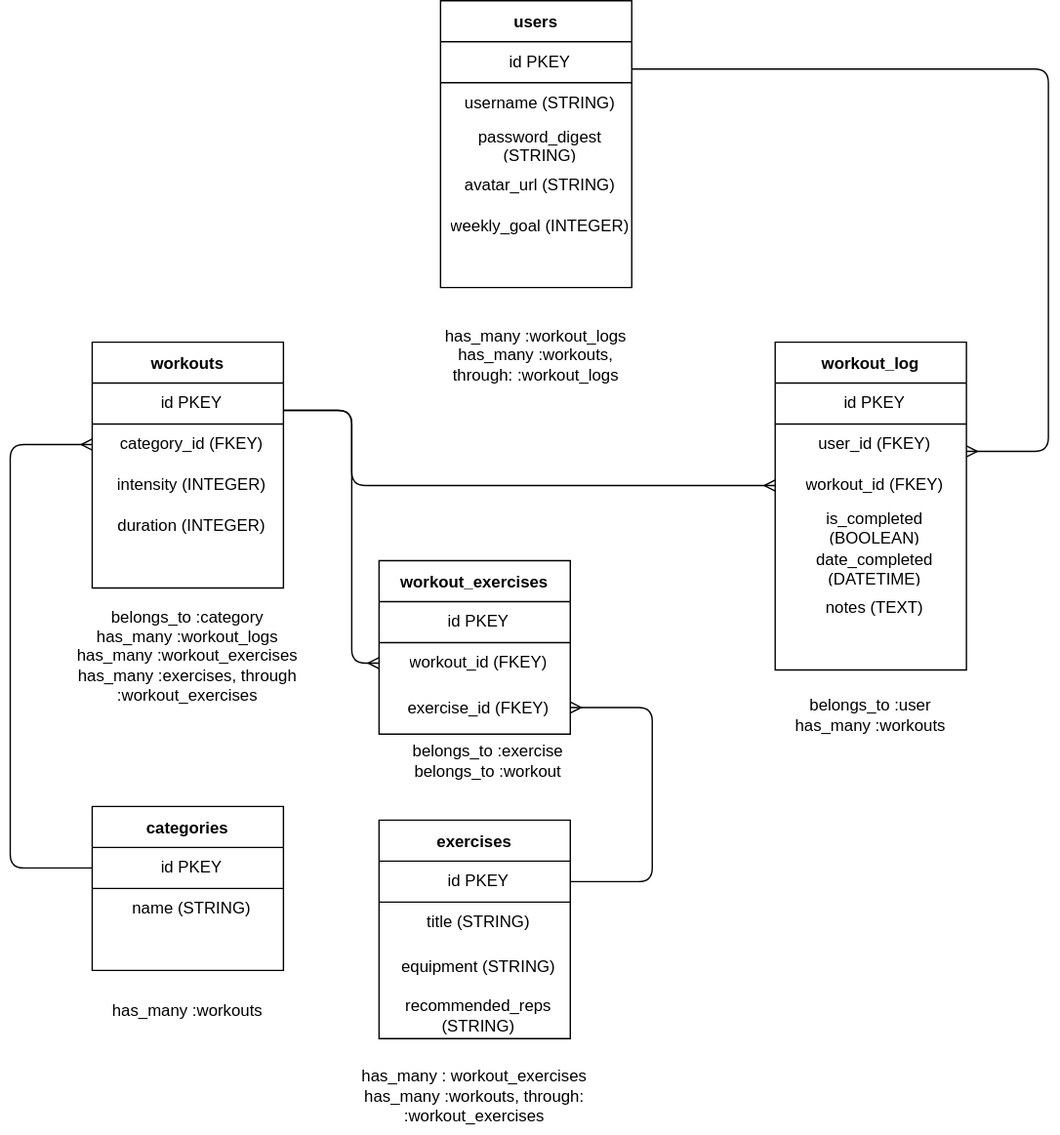
This is workoutbuddy.drawio.svg from clogan1/workout-buddy, a draw.io export, as it was before one commit. Source tidied: cells renumbered, new cells last; positions are measured from the earlier drawing's top-left corner, leaving out a move shared by most shapes.
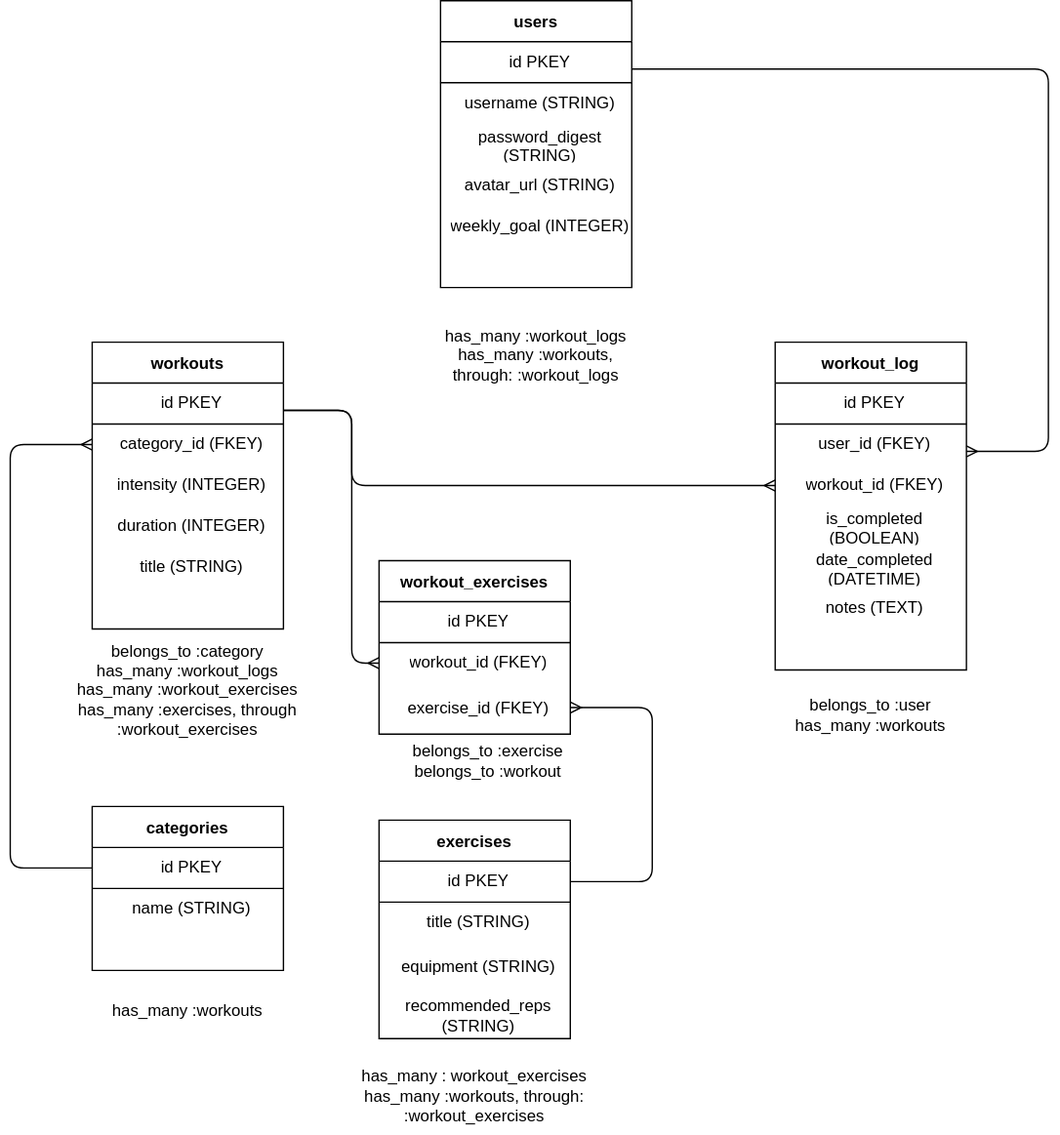
Above is the later version.

Diff of the diagram source:
```diff
@@ -41,7 +41,7 @@
       </mxCell>
     </object>
     <mxCell id="14" value="workouts" style="shape=table;startSize=30;rowLines=0;fontStyle=1;align=center;" parent="1" vertex="1">
-      <mxGeometry x="60" y="250" width="140" height="180" as="geometry" />
+      <mxGeometry x="60" y="250" width="140" height="210" as="geometry" />
     </mxCell>
     <mxCell id="15" style="shape=partialRectangle;html=1;whiteSpace=wrap;fillColor=none;top=0;left=0;bottom=1;right=0;" parent="14" vertex="1">
       <mxGeometry y="30" width="140" height="30" as="geometry" />
@@ -67,6 +67,12 @@
     <mxCell id="22" value="duration (INTEGER)" style="shape=partialRectangle;html=1;whiteSpace=wrap;fillColor=none;top=0;left=0;bottom=0;right=0;align=center;spacingLeft=6;overflow=hidden;" parent="21" vertex="1">
       <mxGeometry width="140" height="30" as="geometry" />
     </mxCell>
+    <mxCell id="67" style="shape=partialRectangle;html=1;whiteSpace=wrap;fillColor=none;top=0;left=0;bottom=0;right=0;" parent="14" vertex="1">
+      <mxGeometry y="150" width="140" height="30" as="geometry" />
+    </mxCell>
+    <mxCell id="68" value="title (STRING)" style="shape=partialRectangle;html=1;whiteSpace=wrap;fillColor=none;top=0;left=0;bottom=0;right=0;align=center;spacingLeft=6;overflow=hidden;" parent="67" vertex="1">
+      <mxGeometry width="140" height="30" as="geometry" />
+    </mxCell>
     <mxCell id="23" value="workout_log" style="shape=table;startSize=30;rowLines=0;fontStyle=1;align=center;" parent="1" vertex="1">
       <mxGeometry x="560" y="250" width="140" height="240" as="geometry" />
     </mxCell>
@@ -130,7 +136,7 @@
     </object>
     <object id="39" label="belongs_to :category&lt;br&gt;has_many :workout_logs&lt;br&gt;has_many :workout_exercises&lt;br&gt;has_many :exercises, through :workout_exercises" name="Variable" placeholders="1">
       <mxCell style="text;html=1;strokeColor=none;fillColor=none;align=center;verticalAlign=middle;whiteSpace=wrap;overflow=hidden;" parent="1" vertex="1">
-        <mxGeometry x="30" y="435" width="200" height="90" as="geometry" />
+        <mxGeometry x="30" y="460" width="200" height="90" as="geometry" />
       </mxCell>
     </object>
     <mxCell id="40" value="exercises" style="shape=table;startSize=30;rowLines=0;fontStyle=1;align=center;" parent="1" vertex="1">
```
